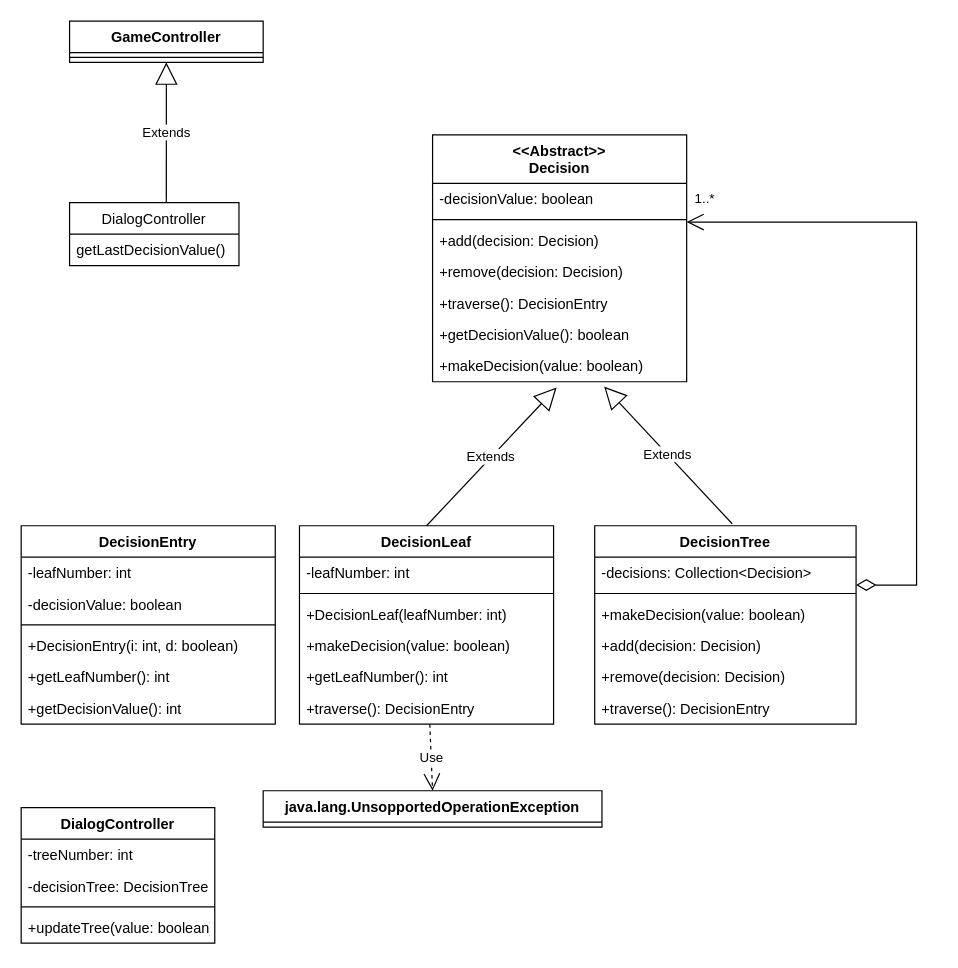
weiss25r/Progetto-ISS-2022-2023 keeps this draw.io diagram as log/diagrams/UML/Raffaele/Secondo sprint - tasks.drawio. Above is the earlier version. Source tidied: cells renumbered, new cells numbered last; positions are measured from the earlier drawing's top-left corner, leaving out a move shared by most shapes. Both pictures are drawn from the tidied source at 121%, with x=0, y=0 at pixel (21, 21).
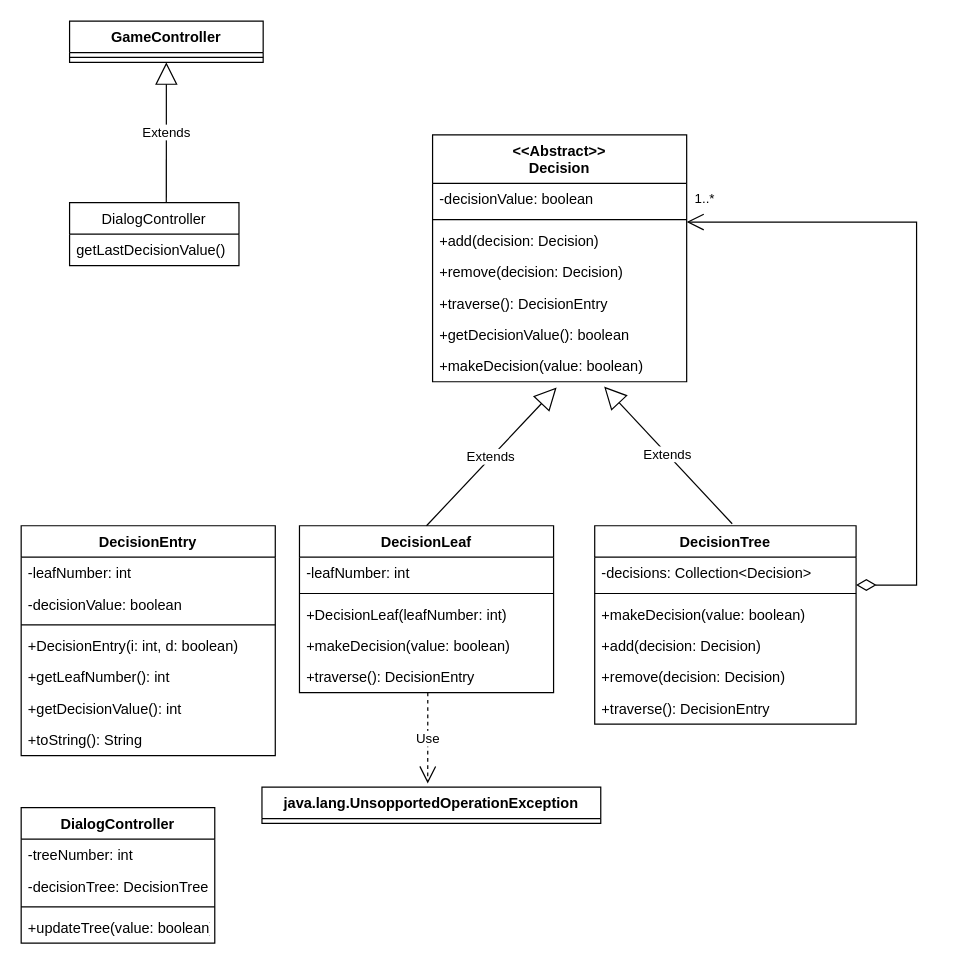
After the change.

What changed in the source:
```diff
@@
     <mxCell id="10" value="DecisionLeaf" style="swimlane;fontStyle=1;align=center;verticalAlign=top;horizontal=1;startSize=26;" parent="1" vertex="1">
-      <mxGeometry x="230" y="417" width="210" height="164" as="geometry" />
+      <mxGeometry x="230" y="417" width="210" height="138" as="geometry" />
     </mxCell>
@@
-    <mxCell id="15" value="+getLeafNumber(): int" style="text;strokeColor=none;fillColor=none;align=left;verticalAlign=top;spacingLeft=4;spacingRight=4;overflow=hidden;" parent="10" vertex="1">
-      <mxGeometry y="112" width="210" height="26" as="geometry" />
-    </mxCell>
     <mxCell id="16" value="+traverse(): DecisionEntry" style="text;strokeColor=none;fillColor=none;align=left;verticalAlign=top;spacingLeft=4;spacingRight=4;overflow=hidden;points=[[0,0.5],[1,0.5]];portConstraint=eastwest;" parent="10" vertex="1">
-      <mxGeometry y="138" width="210" height="26" as="geometry" />
+      <mxGeometry y="112" width="210" height="26" as="geometry" />
     </mxCell>
@@
-    <mxCell id="27" value="Use" style="endArrow=open;endSize=12;dashed=1;html=1;rounded=0;" parent="1" edge="1">
+    <mxCell id="27" value="Use" style="endArrow=open;endSize=12;dashed=1;html=1;rounded=0;exitX=0.505;exitY=1;exitDx=0;exitDy=0;exitPerimeter=0;" parent="1" edge="1" source="16">
       <mxGeometry relative="1" as="geometry">
-        <mxPoint x="337.7" y="581" as="sourcePoint" />
-        <mxPoint x="340" y="636" as="targetPoint" />
+        <mxPoint x="336" y="630" as="targetPoint" />
       </mxGeometry>
     </mxCell>
     <mxCell id="28" value="java.lang.UnsopportedOperationException" style="swimlane;fontStyle=1;align=center;verticalAlign=top;horizontal=1;startSize=26;" parent="1" vertex="1" collapsed="1">
-      <mxGeometry x="200" y="636" width="280" height="30" as="geometry" />
+      <mxGeometry x="199" y="633" width="280" height="30" as="geometry" />
     </mxCell>
     <mxCell id="29" value="DecisionEntry" style="swimlane;fontStyle=1;align=center;verticalAlign=top;horizontal=1;startSize=26;" parent="1" vertex="1">
-      <mxGeometry y="417" width="210" height="164" as="geometry" />
+      <mxGeometry y="417" width="210" height="190" as="geometry" />
     </mxCell>
@@
+    <mxCell id="46" value="+toString(): String" style="text;strokeColor=none;fillColor=none;align=left;verticalAlign=top;spacingLeft=4;spacingRight=4;overflow=hidden;" parent="29" vertex="1">
+      <mxGeometry y="164" width="210" height="26" as="geometry" />
+    </mxCell>
```
